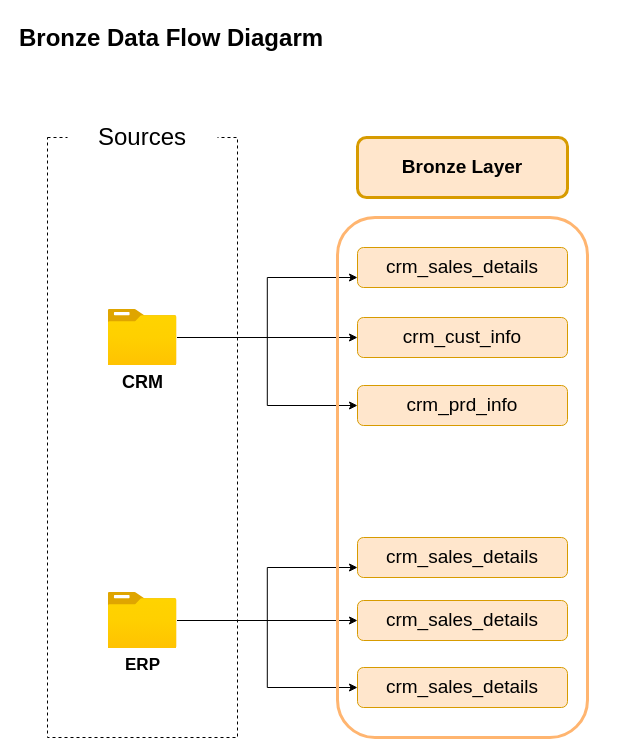
The draw.io diagram docs/bronze_layer/Bronze Data Flow Diagram.drawio in DanielPilipenko/sql-data-warehouse-project, before the edit. Source tidied: cells renumbered, new cells numbered last; positions are measured from the earlier drawing's top-left corner, leaving out a move shared by most shapes. Both pictures are drawn from the tidied source at 100%, with x=0, y=0 at pixel (17, 17).
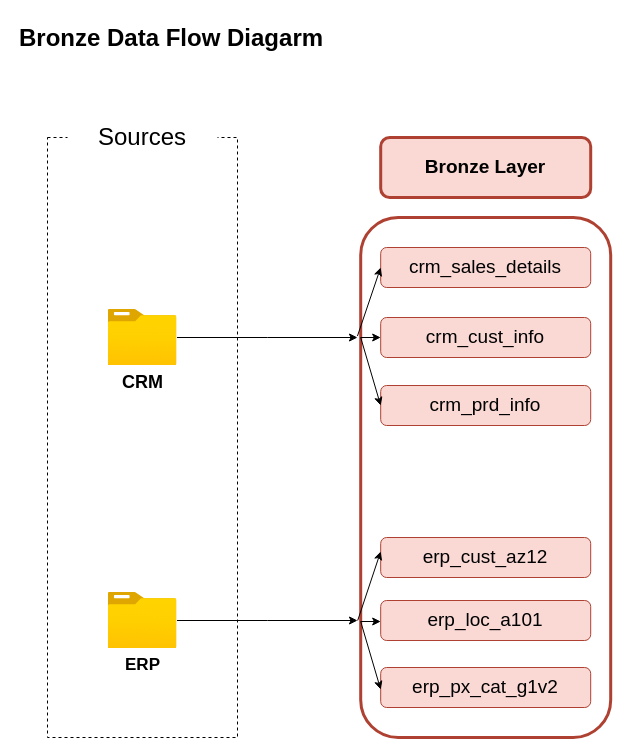
The same page after the edit.

Commit message (it also covers changes not shown here):
feat: add gold layer, data catalog and update silver load logic

Unchanged cells that the change refers to:
```xml
<mxCell id="8" value="&lt;b&gt;&lt;font style=&quot;font-size: 18px;&quot;&gt;CRM&lt;/font&gt;&lt;/b&gt;" style="image;html=1;points=[];align=center;fontSize=12;image=img/lib/azure2/general/Folder_Blank.svg;" parent="1" vertex="1">
  <mxGeometry x="90.5" y="292" width="69" height="56" as="geometry" />
</mxCell>
<mxCell id="12" value="&lt;b&gt;&lt;font style=&quot;font-size: 17px;&quot;&gt;ERP&lt;/font&gt;&lt;/b&gt;" style="image;html=1;points=[];align=center;fontSize=12;image=img/lib/azure2/general/Folder_Blank.svg;" parent="1" vertex="1">
  <mxGeometry x="90.5" y="575" width="69" height="56" as="geometry" />
</mxCell>
```

Diff of the diagram source:
```diff
@@
-    <mxCell id="5" style="edgeStyle=orthogonalEdgeStyle;rounded=0;jettySize=auto;html=1;entryX=0;entryY=0.75;entryDx=0;entryDy=0;" parent="1" edge="1" source="8" target="15">
-      <mxGeometry relative="1" as="geometry" />
-    </mxCell>
-    <mxCell id="6" style="edgeStyle=orthogonalEdgeStyle;rounded=0;jettySize=auto;html=1;" parent="1" edge="1" source="8" target="16">
-      <mxGeometry relative="1" as="geometry" />
+    <mxCell id="6" style="edgeStyle=orthogonalEdgeStyle;rounded=0;jettySize=auto;html=1;" parent="1" edge="1" source="8">
+      <mxGeometry relative="1" as="geometry">
+        <mxPoint x="340" y="320" as="targetPoint" />
+      </mxGeometry>
     </mxCell>
-    <mxCell id="7" style="edgeStyle=orthogonalEdgeStyle;rounded=0;jettySize=auto;html=1;entryX=0;entryY=0.5;entryDx=0;entryDy=0;" parent="1" edge="1" source="8" target="17">
-      <mxGeometry relative="1" as="geometry" />
-    </mxCell>
@@
-    <mxCell id="9" style="edgeStyle=orthogonalEdgeStyle;rounded=0;jettySize=auto;html=1;entryX=0;entryY=0.75;entryDx=0;entryDy=0;" parent="1" edge="1" source="12" target="18">
-      <mxGeometry relative="1" as="geometry" />
-    </mxCell>
-    <mxCell id="10" style="edgeStyle=orthogonalEdgeStyle;rounded=0;jettySize=auto;html=1;" parent="1" edge="1" source="12" target="19">
-      <mxGeometry relative="1" as="geometry" />
+    <mxCell id="10" style="edgeStyle=orthogonalEdgeStyle;rounded=0;jettySize=auto;html=1;" parent="1" edge="1" source="12">
+      <mxGeometry relative="1" as="geometry">
+        <mxPoint x="340" y="603" as="targetPoint" />
+      </mxGeometry>
     </mxCell>
-    <mxCell id="11" style="edgeStyle=orthogonalEdgeStyle;rounded=0;jettySize=auto;html=1;entryX=0;entryY=0.5;entryDx=0;entryDy=0;" parent="1" edge="1" source="12" target="20">
-      <mxGeometry relative="1" as="geometry" />
-    </mxCell>
@@
-    <mxCell id="13" style="rounded=1;whiteSpace=wrap;html=1;fillColor=none;strokeColor=#FFB570;strokeWidth=3;" parent="1" vertex="1">
-      <mxGeometry x="320" y="200" width="250" height="520" as="geometry" />
-    </mxCell>
+    <mxCell id="21" style="rounded=1;whiteSpace=wrap;html=1;strokeWidth=3;fillStyle=auto;fillColor=none;strokeColor=#ae4132;" parent="1" vertex="1">
+      <mxGeometry x="343.2" y="200" width="250" height="520" as="geometry" />
+    </mxCell>
-    <mxCell id="14" value="&lt;b&gt;&lt;font style=&quot;font-size: 19px;&quot;&gt;Bronze Layer&lt;/font&gt;&lt;/b&gt;" style="rounded=1;whiteSpace=wrap;html=1;fillColor=#ffe6cc;strokeColor=#d79b00;strokeWidth=3;" parent="1" vertex="1">
-      <mxGeometry x="340" y="120" width="210" height="60" as="geometry" />
+    <mxCell id="14" value="&lt;b&gt;&lt;font style=&quot;font-size: 19px;&quot;&gt;Bronze Layer&lt;/font&gt;&lt;/b&gt;" style="rounded=1;whiteSpace=wrap;html=1;strokeWidth=3;fillStyle=auto;fillColor=#fad9d5;strokeColor=#ae4132;" parent="1" vertex="1">
+      <mxGeometry x="363.2" y="120" width="210" height="60" as="geometry" />
     </mxCell>
-    <mxCell id="15" value="&lt;font style=&quot;font-size: 19px;&quot;&gt;crm_sales_details&lt;/font&gt;" style="rounded=1;whiteSpace=wrap;html=1;fillColor=#ffe6cc;strokeColor=#d79b00;strokeWidth=1;" parent="1" vertex="1">
-      <mxGeometry x="340" y="230" width="210" height="40" as="geometry" />
-    </mxCell>
+    <mxCell id="22" value="&lt;font style=&quot;font-size: 19px;&quot;&gt;crm_sales_details&lt;/font&gt;" style="rounded=1;whiteSpace=wrap;html=1;strokeWidth=1;fillStyle=auto;fillColor=#fad9d5;strokeColor=#ae4132;" parent="1" vertex="1">
+      <mxGeometry x="363.2" y="230" width="210" height="40" as="geometry" />
+    </mxCell>
-    <mxCell id="16" value="&lt;font style=&quot;font-size: 19px;&quot;&gt;crm_cust_info&lt;/font&gt;" style="rounded=1;whiteSpace=wrap;html=1;fillColor=#ffe6cc;strokeColor=#d79b00;strokeWidth=1;" parent="1" vertex="1">
-      <mxGeometry x="340" y="300" width="210" height="40" as="geometry" />
+    <mxCell id="16" value="&lt;font style=&quot;font-size: 19px;&quot;&gt;crm_cust_info&lt;/font&gt;" style="rounded=1;whiteSpace=wrap;html=1;strokeWidth=1;fillStyle=auto;fillColor=#fad9d5;strokeColor=#ae4132;" parent="1" vertex="1">
+      <mxGeometry x="363.2" y="300" width="210" height="40" as="geometry" />
     </mxCell>
-    <mxCell id="17" value="&lt;font style=&quot;font-size: 19px;&quot;&gt;crm_prd_info&lt;/font&gt;" style="rounded=1;whiteSpace=wrap;html=1;fillColor=#ffe6cc;strokeColor=#d79b00;strokeWidth=1;" parent="1" vertex="1">
-      <mxGeometry x="340" y="368" width="210" height="40" as="geometry" />
+    <mxCell id="17" value="&lt;font style=&quot;font-size: 19px;&quot;&gt;crm_prd_info&lt;/font&gt;" style="rounded=1;whiteSpace=wrap;html=1;strokeWidth=1;fillStyle=auto;fillColor=#fad9d5;strokeColor=#ae4132;" parent="1" vertex="1">
+      <mxGeometry x="363.2" y="368" width="210" height="40" as="geometry" />
     </mxCell>
-    <mxCell id="18" value="&lt;font style=&quot;font-size: 19px;&quot;&gt;crm_sales_details&lt;/font&gt;" style="rounded=1;whiteSpace=wrap;html=1;fillColor=#ffe6cc;strokeColor=#d79b00;strokeWidth=1;" parent="1" vertex="1">
-      <mxGeometry x="340" y="520" width="210" height="40" as="geometry" />
-    </mxCell>
-    <mxCell id="19" value="&lt;font style=&quot;font-size: 19px;&quot;&gt;crm_sales_details&lt;/font&gt;" style="rounded=1;whiteSpace=wrap;html=1;fillColor=#ffe6cc;strokeColor=#d79b00;strokeWidth=1;" parent="1" vertex="1">
-      <mxGeometry x="340" y="583" width="210" height="40" as="geometry" />
-    </mxCell>
-    <mxCell id="20" value="&lt;font style=&quot;font-size: 19px;&quot;&gt;crm_sales_details&lt;/font&gt;" style="rounded=1;whiteSpace=wrap;html=1;fillColor=#ffe6cc;strokeColor=#d79b00;strokeWidth=1;" parent="1" vertex="1">
-      <mxGeometry x="340" y="650" width="210" height="40" as="geometry" />
-    </mxCell>
+    <mxCell id="23" value="&lt;span style=&quot;font-size: 19px;&quot;&gt;erp_cust_az12&lt;/span&gt;" style="rounded=1;whiteSpace=wrap;html=1;strokeWidth=1;fillStyle=auto;fillColor=#fad9d5;strokeColor=#ae4132;" parent="1" vertex="1">
+      <mxGeometry x="363.2" y="520" width="210" height="40" as="geometry" />
+    </mxCell>
+    <mxCell id="24" value="&lt;span style=&quot;font-size: 19px;&quot;&gt;erp_loc_a101&lt;/span&gt;" style="rounded=1;whiteSpace=wrap;html=1;strokeWidth=1;fillStyle=auto;fillColor=#fad9d5;strokeColor=#ae4132;" parent="1" vertex="1">
+      <mxGeometry x="363.2" y="583" width="210" height="40" as="geometry" />
+    </mxCell>
+    <mxCell id="25" value="&lt;span style=&quot;font-size: 19px;&quot;&gt;erp_px_cat_g1v2&lt;/span&gt;" style="rounded=1;whiteSpace=wrap;html=1;strokeWidth=1;fillStyle=auto;fillColor=#fad9d5;strokeColor=#ae4132;" parent="1" vertex="1">
+      <mxGeometry x="363.2" y="650" width="210" height="40" as="geometry" />
+    </mxCell>
+    <mxCell id="26" style="endArrow=classic;html=1;rounded=0;entryX=0;entryY=0.5;entryDx=0;entryDy=0;exitX=-0.013;exitY=0.228;exitDx=0;exitDy=0;exitPerimeter=0;" parent="1" edge="1" source="21" target="22">
+      <mxGeometry relative="1" as="geometry" />
+    </mxCell>
+    <mxCell id="27" style="endArrow=classic;html=1;rounded=0;entryX=0;entryY=0.5;entryDx=0;entryDy=0;" parent="1" edge="1" target="16">
+      <mxGeometry relative="1" as="geometry">
+        <mxPoint x="343.2" y="320" as="sourcePoint" />
+      </mxGeometry>
+    </mxCell>
+    <mxCell id="28" style="endArrow=classic;html=1;rounded=0;entryX=0;entryY=0.5;entryDx=0;entryDy=0;" parent="1" edge="1" target="17">
+      <mxGeometry relative="1" as="geometry">
+        <mxPoint x="343.2" y="320" as="sourcePoint" />
+      </mxGeometry>
+    </mxCell>
+    <mxCell id="29" style="endArrow=classic;html=1;rounded=0;entryX=0;entryY=0.5;entryDx=0;entryDy=0;exitX=-0.013;exitY=0.228;exitDx=0;exitDy=0;exitPerimeter=0;" parent="1" edge="1">
+      <mxGeometry relative="1" as="geometry">
+        <mxPoint x="340.2" y="603" as="sourcePoint" />
+        <mxPoint x="363.2" y="534" as="targetPoint" />
+      </mxGeometry>
+    </mxCell>
+    <mxCell id="30" style="endArrow=classic;html=1;rounded=0;entryX=0;entryY=0.5;entryDx=0;entryDy=0;" parent="1" edge="1">
+      <mxGeometry relative="1" as="geometry">
+        <mxPoint x="343.2" y="604" as="sourcePoint" />
+        <mxPoint x="363.2" y="604" as="targetPoint" />
+      </mxGeometry>
+    </mxCell>
+    <mxCell id="31" style="endArrow=classic;html=1;rounded=0;entryX=0;entryY=0.5;entryDx=0;entryDy=0;" parent="1" edge="1">
+      <mxGeometry relative="1" as="geometry">
+        <mxPoint x="343.2" y="604" as="sourcePoint" />
+        <mxPoint x="363.2" y="672" as="targetPoint" />
+      </mxGeometry>
+    </mxCell>
```
